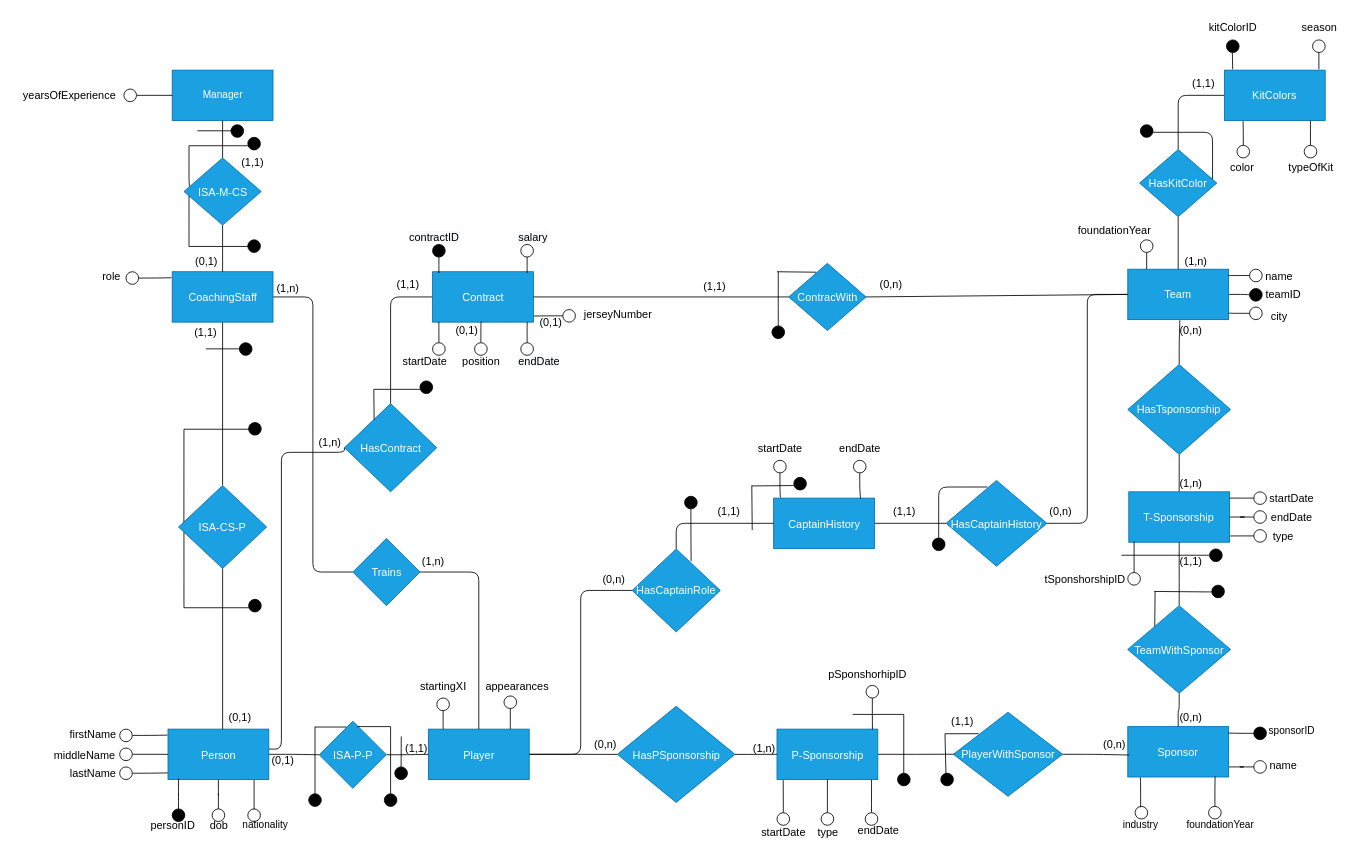
This is football-club-database/diagrams/restructured-conceptual-schema.drawio from Maxxy21/football_clubs_database, a draw.io file, before an edit. Source tidied: cells renumbered, new cells numbered last; positions are measured from the earlier drawing's top-left corner, leaving out a move shared by most shapes. Both pictures are drawn from the tidied source at 84%, with x=0, y=0 at pixel (14, 14).
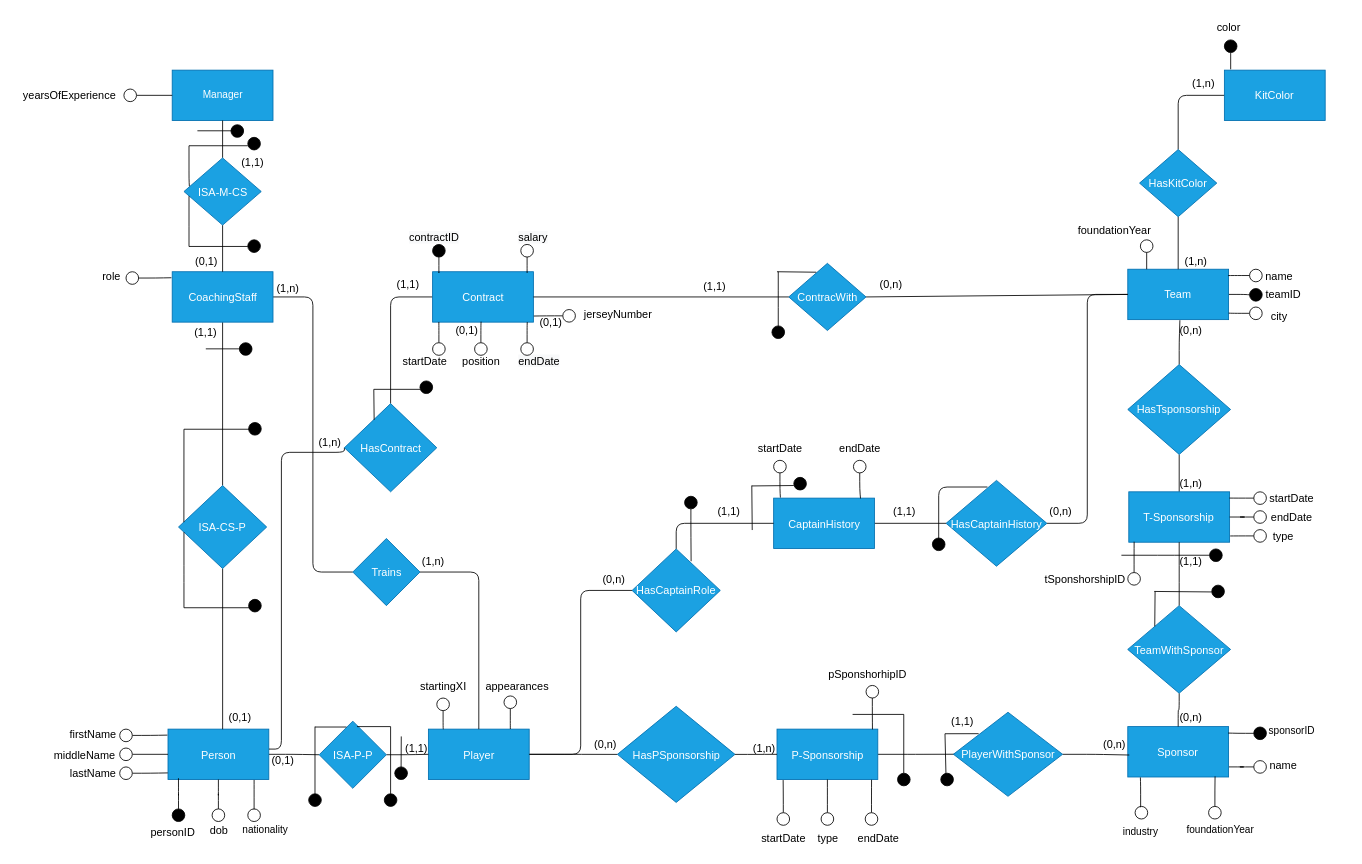
The same page after the edit.

The change refers to these unchanged cells:
```xml
<mxCell id="231" value="HasKitColor" style="rhombus;whiteSpace=wrap;html=1;fontSize=13;fillColor=#1ba1e2;fontColor=#ffffff;strokeColor=#006EAF;" parent="1" vertex="1">
  <mxGeometry x="1339.1" y="160.5" width="92" height="80" as="geometry" />
</mxCell>
```

Change to the diagram source:
```diff
@@
     <mxCell id="31" value="personID" style="text;html=1;align=center;verticalAlign=middle;strokeColor=none;fillColor=none;fontSize=13;fontFamily=Helvetica;fontColor=default;" parent="1" vertex="1">
-      <mxGeometry x="147.5" y="950" width="80" height="30" as="geometry" />
+      <mxGeometry x="147.5" y="957.5" width="80" height="30" as="geometry" />
     </mxCell>
     <mxCell id="32" value="dob" style="text;html=1;align=center;verticalAlign=middle;strokeColor=none;fillColor=none;fontSize=13;fontFamily=Helvetica;fontColor=default;" parent="1" vertex="1">
-      <mxGeometry x="217.5" y="950" width="50" height="30" as="geometry" />
+      <mxGeometry x="217.5" y="956" width="50" height="30" as="geometry" />
     </mxCell>
@@
     <mxCell id="56" value="type" style="text;html=1;align=center;verticalAlign=middle;strokeColor=none;fillColor=none;fontSize=13;fontFamily=Helvetica;fontColor=default;" parent="1" vertex="1">
-      <mxGeometry x="942.5" y="957.5" width="50" height="30" as="geometry" />
+      <mxGeometry x="942.5" y="965" width="50" height="30" as="geometry" />
     </mxCell>
@@
     <mxCell id="58" value="startDate" style="text;html=1;align=center;verticalAlign=middle;strokeColor=none;fillColor=none;fontSize=13;fontFamily=Helvetica;fontColor=default;" parent="1" vertex="1">
-      <mxGeometry x="875" y="957.5" width="80" height="30" as="geometry" />
+      <mxGeometry x="875" y="965" width="80" height="30" as="geometry" />
     </mxCell>
     <mxCell id="59" value="endDate" style="text;html=1;align=center;verticalAlign=middle;strokeColor=none;fillColor=none;fontSize=13;fontFamily=Helvetica;fontColor=default;" parent="1" vertex="1">
-      <mxGeometry x="992.5" y="956" width="70" height="30" as="geometry" />
+      <mxGeometry x="992.5" y="965" width="70" height="30" as="geometry" />
     </mxCell>
@@
     <mxCell id="88" value="nationality" style="text;html=1;align=center;verticalAlign=middle;strokeColor=none;fillColor=none;" parent="1" vertex="1">
-      <mxGeometry x="257.5" y="950" width="80" height="30" as="geometry" />
+      <mxGeometry x="257.5" y="956" width="80" height="30" as="geometry" />
     </mxCell>
@@
     <mxCell id="91" value="foundationYear" style="text;html=1;align=center;verticalAlign=middle;strokeColor=none;fillColor=none;" parent="1" vertex="1">
-      <mxGeometry x="1385.1" y="950" width="100" height="30" as="geometry" />
+      <mxGeometry x="1385.1" y="956" width="100" height="30" as="geometry" />
     </mxCell>
     <mxCell id="92" value="industry" style="text;html=1;align=center;verticalAlign=middle;strokeColor=none;fillColor=none;" parent="1" vertex="1">
-      <mxGeometry x="1305.1" y="950" width="70" height="30" as="geometry" />
+      <mxGeometry x="1305.1" y="957.5" width="70" height="30" as="geometry" />
     </mxCell>
@@
-    <mxCell id="229" value="KitColors" style="whiteSpace=wrap;html=1;fontSize=13;fillColor=#1ba1e2;strokeColor=#006EAF;fontColor=#ffffff;" parent="1" vertex="1">
+    <mxCell id="229" value="KitColor" style="whiteSpace=wrap;html=1;fontSize=13;fillColor=#1ba1e2;strokeColor=#006EAF;fontColor=#ffffff;" parent="1" vertex="1">
       <mxGeometry x="1440.1" y="66" width="120" height="60" as="geometry" />
     </mxCell>
@@
-    <mxCell id="233" value="(1,1)" style="text;html=1;align=center;verticalAlign=middle;strokeColor=none;fillColor=none;fontSize=13;fontFamily=Helvetica;fontColor=default;" parent="1" vertex="1">
+    <mxCell id="233" value="(1,n)" style="text;html=1;align=center;verticalAlign=middle;strokeColor=none;fillColor=none;fontSize=13;fontFamily=Helvetica;fontColor=default;" parent="1" vertex="1">
       <mxGeometry x="1390.1" y="66" width="50" height="30" as="geometry" />
     </mxCell>
-    <mxCell id="234" style="edgeStyle=orthogonalEdgeStyle;shape=connector;rounded=1;jettySize=auto;html=1;entryX=0.945;entryY=0.441;entryDx=0;entryDy=0;entryPerimeter=0;labelBackgroundColor=default;strokeColor=default;fontFamily=Helvetica;fontSize=13;fontColor=default;endArrow=none;endFill=0;fillColor=none;" parent="1" edge="1" source="235" target="231">
-      <mxGeometry relative="1" as="geometry">
-        <Array as="points">
-          <mxPoint x="1426" y="140" />
-        </Array>
-      </mxGeometry>
-    </mxCell>
-    <mxCell id="235" style="ellipse;whiteSpace=wrap;html=1;fontSize=13;rounded=0;fillColor=#000000;" parent="1" vertex="1">
-      <mxGeometry x="1340.1" y="131" width="15" height="15" as="geometry" />
-    </mxCell>
-    <mxCell id="236" style="edgeStyle=orthogonalEdgeStyle;shape=connector;rounded=1;jettySize=auto;html=1;entryX=0.185;entryY=1.012;entryDx=0;entryDy=0;entryPerimeter=0;labelBackgroundColor=default;strokeColor=default;fontFamily=Helvetica;fontSize=13;fontColor=default;endArrow=none;endFill=0;fillColor=none;" parent="1" edge="1" source="237" target="229">
-      <mxGeometry relative="1" as="geometry" />
-    </mxCell>
-    <mxCell id="237" style="ellipse;whiteSpace=wrap;html=1;fontSize=13;rounded=0;fillColor=none;" parent="1" vertex="1">
-      <mxGeometry x="1455.1" y="155.5" width="15" height="15" as="geometry" />
-    </mxCell>
-    <mxCell id="238" style="edgeStyle=orthogonalEdgeStyle;shape=connector;rounded=1;jettySize=auto;html=1;entryX=0.853;entryY=0.996;entryDx=0;entryDy=0;entryPerimeter=0;labelBackgroundColor=default;strokeColor=default;fontFamily=Helvetica;fontSize=13;fontColor=default;endArrow=none;endFill=0;fillColor=none;" parent="1" edge="1" source="239" target="229">
-      <mxGeometry relative="1" as="geometry" />
-    </mxCell>
-    <mxCell id="239" style="ellipse;whiteSpace=wrap;html=1;fontSize=13;rounded=0;fillColor=none;" parent="1" vertex="1">
-      <mxGeometry x="1535.1" y="155.5" width="15" height="15" as="geometry" />
-    </mxCell>
+    <mxCell id="248" style="edgeStyle=orthogonalEdgeStyle;shape=connector;rounded=1;jettySize=auto;html=1;entryX=0.066;entryY=-0.01;entryDx=0;entryDy=0;entryPerimeter=0;labelBackgroundColor=default;strokeColor=default;fontFamily=Helvetica;fontSize=13;fontColor=default;endArrow=none;endFill=0;fillColor=none;" parent="1" edge="1" source="240" target="229">
+      <mxGeometry relative="1" as="geometry" />
+    </mxCell>
     <mxCell id="240" style="ellipse;whiteSpace=wrap;html=1;fontSize=13;rounded=0;fillColor=#000000;" parent="1" vertex="1">
-      <mxGeometry x="1442.6" y="30" width="15" height="15" as="geometry" />
+      <mxGeometry x="1440.1" y="30" width="15" height="15" as="geometry" />
     </mxCell>
-    <mxCell id="241" value="kitColorID" style="text;html=1;align=center;verticalAlign=middle;strokeColor=none;fillColor=none;fontSize=13;fontFamily=Helvetica;fontColor=default;" parent="1" vertex="1">
-      <mxGeometry x="1410.1" width="80" height="30" as="geometry" />
+    <mxCell id="241" value="color" style="text;html=1;align=center;verticalAlign=middle;strokeColor=none;fillColor=none;fontSize=13;fontFamily=Helvetica;fontColor=default;" parent="1" vertex="1">
+      <mxGeometry x="1420.1" width="50" height="30" as="geometry" />
     </mxCell>
-    <mxCell id="242" value="color" style="text;html=1;align=center;verticalAlign=middle;strokeColor=none;fillColor=none;fontSize=13;fontFamily=Helvetica;fontColor=default;" parent="1" vertex="1">
-      <mxGeometry x="1436.3" y="165.5" width="50" height="30" as="geometry" />
-    </mxCell>
-    <mxCell id="243" value="typeOfKit" style="text;html=1;align=center;verticalAlign=middle;strokeColor=none;fillColor=none;fontSize=13;fontFamily=Helvetica;fontColor=default;" parent="1" vertex="1">
-      <mxGeometry x="1502.6" y="165.5" width="80" height="30" as="geometry" />
-    </mxCell>
-    <mxCell id="244" style="edgeStyle=orthogonalEdgeStyle;shape=connector;rounded=1;orthogonalLoop=1;jettySize=auto;html=1;entryX=0.185;entryY=1.012;entryDx=0;entryDy=0;entryPerimeter=0;labelBackgroundColor=default;strokeColor=default;fontFamily=Helvetica;fontSize=13;fontColor=default;endArrow=none;endFill=0;fillColor=none;" parent="1" edge="1">
-      <mxGeometry relative="1" as="geometry">
-        <mxPoint x="1450" y="65" as="sourcePoint" />
-        <mxPoint x="1449.6" y="45" as="targetPoint" />
-      </mxGeometry>
-    </mxCell>
-    <mxCell id="245" style="edgeStyle=orthogonalEdgeStyle;shape=connector;rounded=1;jettySize=auto;html=1;entryX=0.939;entryY=-0.008;entryDx=0;entryDy=0;entryPerimeter=0;labelBackgroundColor=default;strokeColor=default;fontFamily=Helvetica;fontSize=13;fontColor=default;endArrow=none;endFill=0;fillColor=none;" parent="1" edge="1" source="246" target="229">
-      <mxGeometry relative="1" as="geometry" />
-    </mxCell>
-    <mxCell id="246" style="ellipse;whiteSpace=wrap;html=1;fontSize=13;rounded=0;fillColor=none;" parent="1" vertex="1">
-      <mxGeometry x="1545.1" y="30" width="15" height="15" as="geometry" />
-    </mxCell>
-    <mxCell id="247" value="season" style="text;html=1;align=center;verticalAlign=middle;strokeColor=none;fillColor=none;fontSize=13;fontFamily=Helvetica;fontColor=default;" parent="1" vertex="1">
-      <mxGeometry x="1517.6" width="70" height="30" as="geometry" />
-    </mxCell>
```
